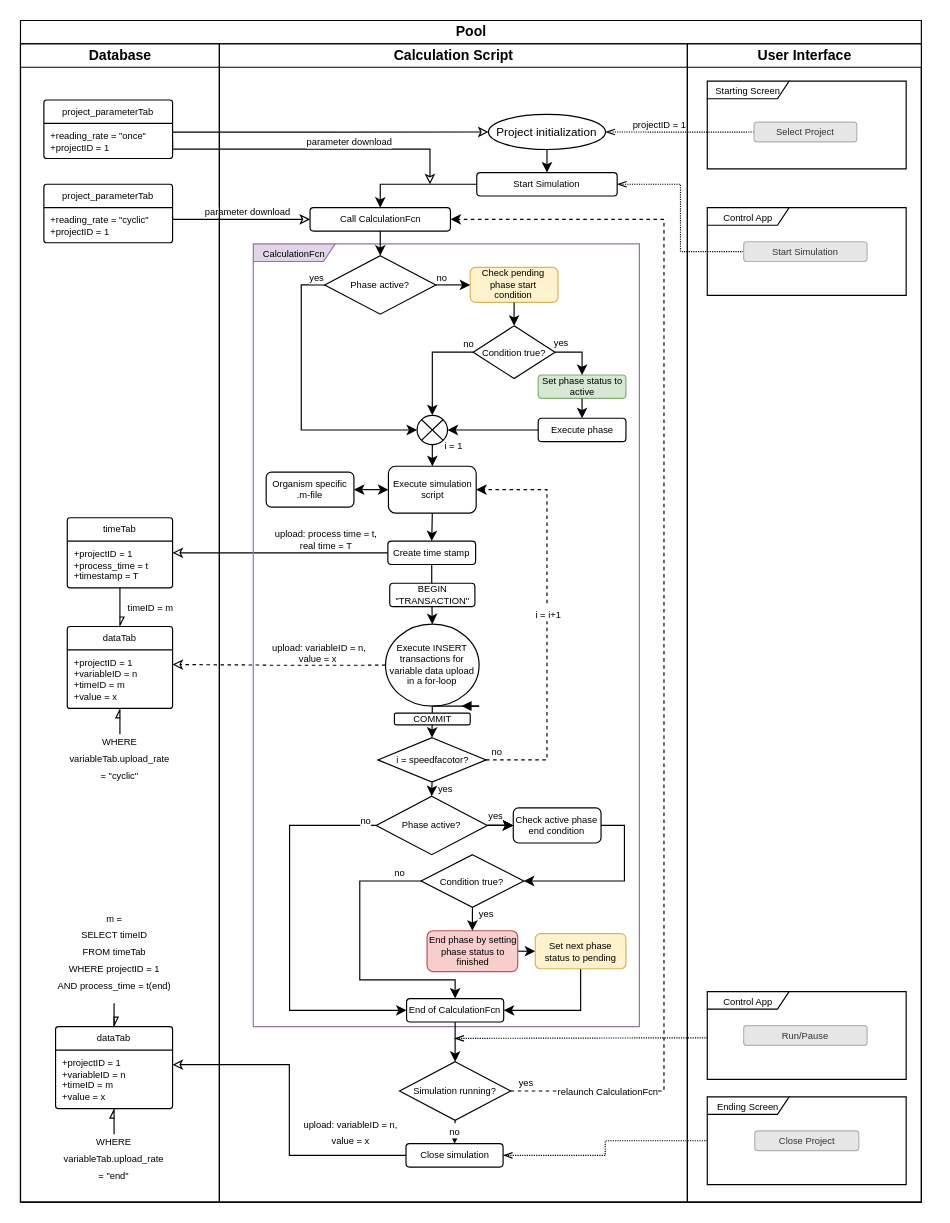
Above: ProcessCycle.drawio in Yumatlab/bioprocesssimulation (draw.io), before the change. Source tidied: cells renumbered, new cells numbered last; positions are measured from the earlier drawing's top-left corner, leaving out a move shared by most shapes. Both pictures are drawn from the tidied source at 117%, with x=0, y=0 at pixel (20, 20).
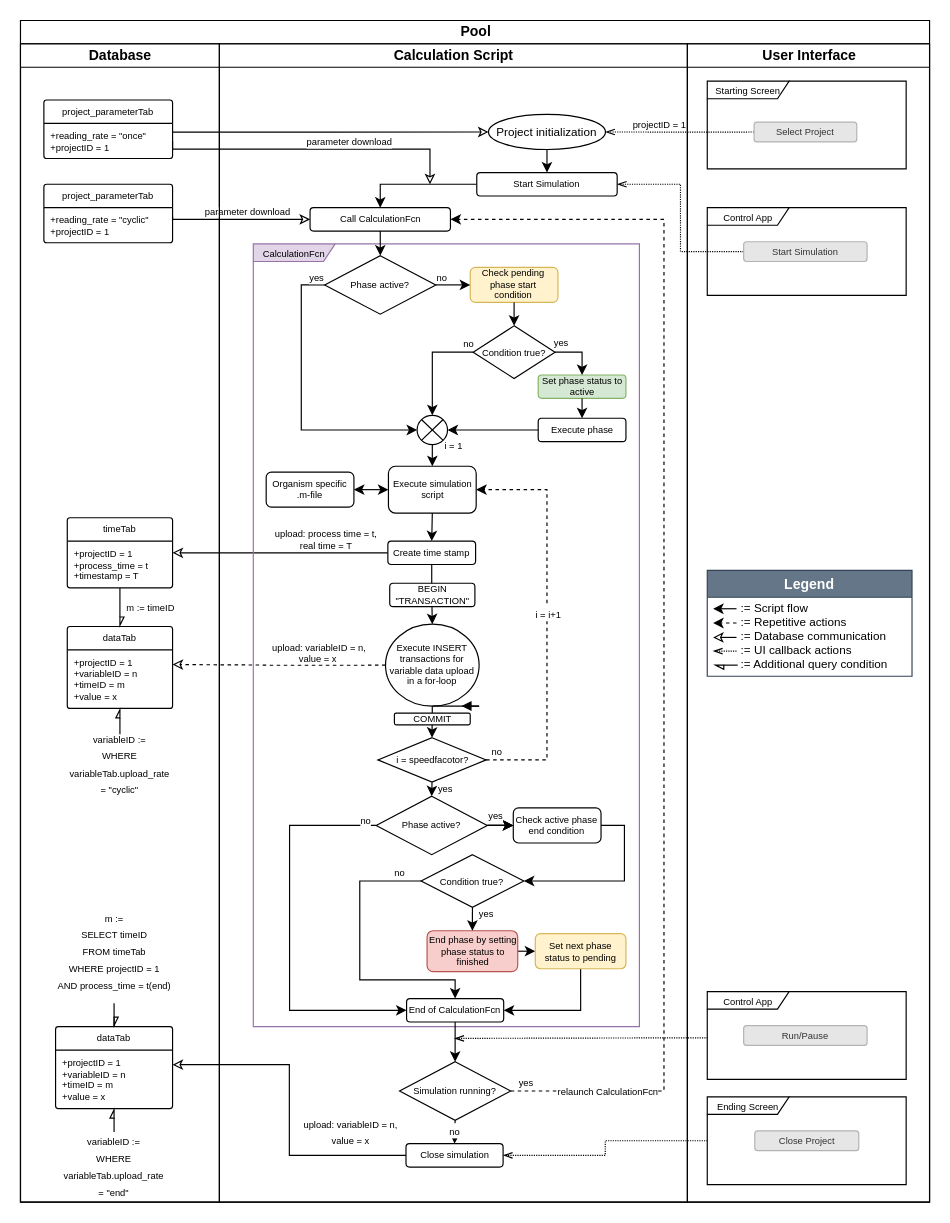
After the change.

Unchanged cells that the change refers to:
```xml
<mxCell id="3" value="Database" style="swimlane;startSize=20;html=1;verticalAlign=middle;" parent="2" vertex="1">
  <mxGeometry y="20" width="170" height="990" as="geometry" />
</mxCell>
<mxCell id="12" style="edgeStyle=orthogonalEdgeStyle;rounded=0;jettySize=auto;html=1;exitX=0.5;exitY=1;exitDx=0;exitDy=0;entryX=0.5;entryY=0;entryDx=0;entryDy=0;endArrow=async;endFill=0;" parent="3" edge="1" source="9" target="10">
  <mxGeometry relative="1" as="geometry" />
</mxCell>
```

What changed in the source:
```diff
@@
     <mxCell id="2" value="Pool" style="swimlane;startSize=20;html=1;horizontal=1;" parent="1" vertex="1">
-      <mxGeometry width="770" height="1010" as="geometry" />
+      <mxGeometry width="777" height="1010" as="geometry" />
     </mxCell>
@@
-    <mxCell id="13" value="&lt;font style=&quot;font-size: 8px;&quot;&gt;timeID = m&lt;/font&gt;" style="edgeLabel;html=1;align=center;verticalAlign=middle;" parent="12" vertex="1">
+    <mxCell id="13" value="&lt;font style=&quot;font-size: 8px;&quot;&gt;m := timeID&lt;/font&gt;" style="edgeLabel;html=1;align=center;verticalAlign=middle;" parent="12" vertex="1">
       <mxGeometry x="-0.12" y="2" relative="1" as="geometry">
         <mxPoint x="23" as="offset" />
       </mxGeometry>
     </mxCell>
@@
-    <mxCell id="18" value="&lt;span style=&quot;font-size: 8px;&quot;&gt;WHERE variableTab.upload_rate = &quot;cyclic&quot;&lt;/span&gt;" style="text;html=1;align=center;verticalAlign=middle;whiteSpace=wrap;rounded=0;" parent="3" vertex="1">
-      <mxGeometry x="55" y="590" width="60" height="40" as="geometry" />
+    <mxCell id="18" value="&lt;span style=&quot;font-size: 8px;&quot;&gt;variableID :=&lt;br&gt;WHERE variableTab.upload_rate = &quot;cyclic&quot;&lt;/span&gt;" style="text;html=1;align=center;verticalAlign=middle;whiteSpace=wrap;rounded=0;" parent="3" vertex="1">
+      <mxGeometry x="55" y="590" width="60" height="50" as="geometry" />
     </mxCell>
@@
-    <mxCell id="20" value="&lt;span style=&quot;font-size: 8px;&quot;&gt;WHERE variableTab.upload_rate = &quot;end&quot;&lt;/span&gt;" style="text;html=1;align=center;verticalAlign=middle;whiteSpace=wrap;rounded=0;" parent="3" vertex="1">
-      <mxGeometry x="50" y="932" width="60" height="40" as="geometry" />
+    <mxCell id="20" value="&lt;div&gt;&lt;span style=&quot;font-size: 8px;&quot;&gt;variableID :=&lt;/span&gt;&lt;/div&gt;&lt;span style=&quot;font-size: 8px;&quot;&gt;WHERE variableTab.upload_rate = &quot;end&quot;&lt;/span&gt;" style="text;html=1;align=center;verticalAlign=middle;whiteSpace=wrap;rounded=0;" parent="3" vertex="1">
+      <mxGeometry x="50" y="930" width="60" height="58" as="geometry" />
     </mxCell>
@@
-    <mxCell id="22" value="&lt;font style=&quot;font-size: 8px;&quot;&gt;m =&lt;br&gt;SELECT timeID &lt;br&gt;FROM timeTab &lt;br&gt;WHERE projectID = 1 &lt;br&gt;AND process_time = t(end)&lt;/font&gt;" style="text;html=1;align=center;verticalAlign=middle;points=[];strokeColor=none;fillColor=none;" parent="3" vertex="1">
+    <mxCell id="22" value="&lt;font style=&quot;font-size: 8px;&quot;&gt;m :=&lt;br&gt;SELECT timeID &lt;br&gt;FROM timeTab &lt;br&gt;WHERE projectID = 1 &lt;br&gt;AND process_time = t(end)&lt;/font&gt;" style="text;html=1;align=center;verticalAlign=middle;points=[];strokeColor=none;fillColor=none;" parent="3" vertex="1">
       <mxGeometry x="20" y="730" width="120" height="90" as="geometry" />
     </mxCell>
@@
     <mxCell id="106" value="User Interface" style="swimlane;startSize=20;html=1;" parent="2" vertex="1">
-      <mxGeometry x="570" y="20" width="200" height="990" as="geometry" />
+      <mxGeometry x="570" y="20" width="207" height="990" as="geometry" />
     </mxCell>
@@
+    <mxCell id="118" value="Legend" style="swimlane;fillColor=#647687;fontColor=#ffffff;strokeColor=#314354;" parent="106" vertex="1">
+      <mxGeometry x="17" y="450" width="175" height="90.5" as="geometry" />
+    </mxCell>
+    <mxCell id="119" value="&lt;font style=&quot;font-size: 10px;&quot;&gt;:= Script flow&lt;br style=&quot;font-size: 10px;&quot;&gt;&lt;/font&gt;&lt;div style=&quot;font-size: 10px;&quot;&gt;&lt;font style=&quot;font-size: 10px;&quot;&gt;:= Repetitive actions&lt;br style=&quot;font-size: 10px;&quot;&gt;:= Database communication&lt;br&gt;:= UI callback actions&lt;/font&gt;&lt;/div&gt;&lt;div style=&quot;font-size: 10px;&quot;&gt;&lt;font style=&quot;font-size: 10px;&quot;&gt;:= Additional query condition&lt;/font&gt;&lt;/div&gt;" style="text;html=1;align=left;verticalAlign=middle;strokeColor=none;fillColor=none;fontSize=10;" parent="118" vertex="1">
+      <mxGeometry x="27" y="20.5" width="150" height="70" as="geometry" />
+    </mxCell>
+    <mxCell id="120" style="endArrow=classic;html=1;rounded=0;endFill=1;" parent="118" edge="1">
+      <mxGeometry relative="1" as="geometry">
+        <mxPoint x="25" y="32.8" as="sourcePoint" />
+        <mxPoint x="5" y="32.8" as="targetPoint" />
+      </mxGeometry>
+    </mxCell>
+    <mxCell id="121" style="endArrow=openThin;html=1;rounded=0;endFill=0;dashed=1;dashPattern=1 1;" parent="118" edge="1">
+      <mxGeometry relative="1" as="geometry">
+        <mxPoint x="25" y="69" as="sourcePoint" />
+        <mxPoint x="5" y="69" as="targetPoint" />
+      </mxGeometry>
+    </mxCell>
+    <mxCell id="122" style="endArrow=classic;html=1;rounded=0;endFill=0;" parent="118" edge="1">
+      <mxGeometry relative="1" as="geometry">
+        <mxPoint x="25" y="57.3" as="sourcePoint" />
+        <mxPoint x="5" y="57.3" as="targetPoint" />
+      </mxGeometry>
+    </mxCell>
+    <mxCell id="123" style="endArrow=async;html=1;rounded=0;endFill=0;" parent="118" edge="1">
+      <mxGeometry relative="1" as="geometry">
+        <mxPoint x="26" y="81" as="sourcePoint" />
+        <mxPoint x="6" y="81" as="targetPoint" />
+      </mxGeometry>
+    </mxCell>
+    <mxCell id="124" style="endArrow=classic;html=1;rounded=0;endFill=1;dashed=1;" parent="118" edge="1">
+      <mxGeometry relative="1" as="geometry">
+        <mxPoint x="25" y="45" as="sourcePoint" />
+        <mxPoint x="5" y="45" as="targetPoint" />
+      </mxGeometry>
+    </mxCell>
```
